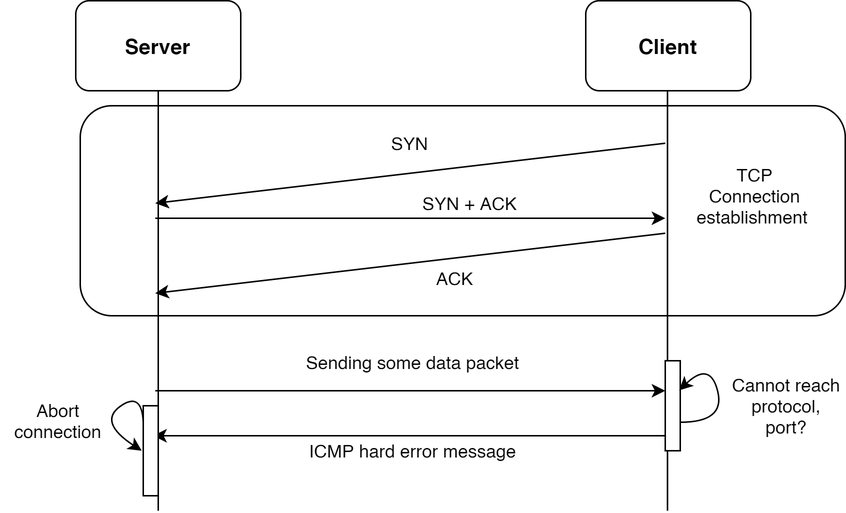
Before: ICMP-attack-Page-2.png, a diagram exported from draw.io (tahmidurrafid/ICMP-attack-against-TCP). Source tidied: cells renumbered, new cells last; positions are measured from the earlier drawing's top-left corner, leaving out a move shared by most shapes.
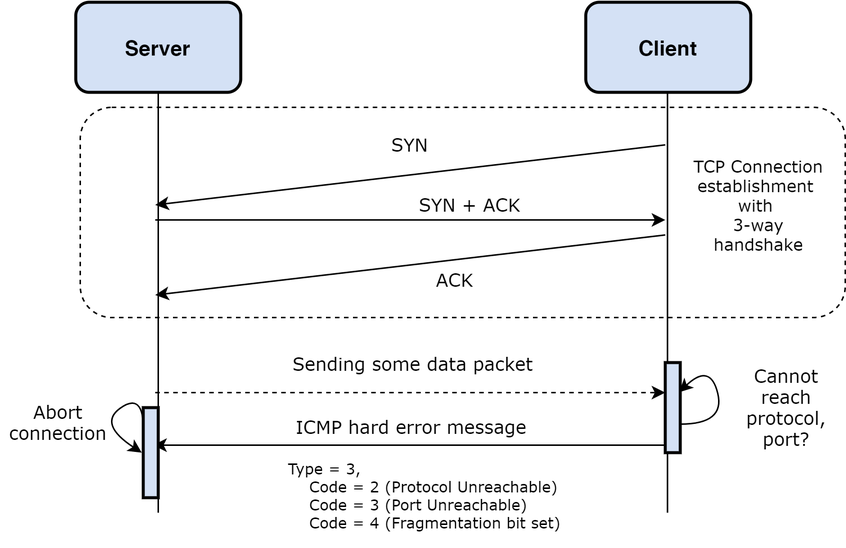
After the commit.

Change to the diagram source:
```diff
@@ -2,16 +2,16 @@
   <root>
     <mxCell id="0" />
     <mxCell id="1" parent="0" />
-    <mxCell id="2" style="rounded=1;whiteSpace=wrap;html=1;sketch=0;" parent="1" vertex="1">
+    <mxCell id="2" style="rounded=1;whiteSpace=wrap;html=1;sketch=0;dashed=1;" parent="1" vertex="1">
       <mxGeometry x="53" y="70" width="510" height="140" as="geometry" />
     </mxCell>
-    <mxCell id="3" style="whiteSpace=wrap;html=1;rounded=1;" parent="1" vertex="1">
+    <mxCell id="3" style="whiteSpace=wrap;html=1;rounded=1;strokeWidth=2;fillColor=#D4E1F5;" parent="1" vertex="1">
       <mxGeometry x="50" width="110" height="60" as="geometry" />
     </mxCell>
     <mxCell id="4" value="Server" style="text;html=1;strokeColor=none;fillColor=none;align=center;verticalAlign=middle;whiteSpace=wrap;fontStyle=1;fontSize=14;rounded=1;" parent="1" vertex="1">
       <mxGeometry x="85" y="20" width="40" height="20" as="geometry" />
     </mxCell>
-    <mxCell id="5" style="whiteSpace=wrap;html=1;rounded=1;" parent="1" vertex="1">
+    <mxCell id="5" style="whiteSpace=wrap;html=1;rounded=1;strokeWidth=2;fillColor=#D4E1F5;" parent="1" vertex="1">
       <mxGeometry x="390" width="110" height="60" as="geometry" />
     </mxCell>
     <mxCell id="6" value="Client" style="text;html=1;strokeColor=none;fillColor=none;align=center;verticalAlign=middle;whiteSpace=wrap;fontStyle=1;fontSize=14;rounded=1;" parent="1" vertex="1">
@@ -46,28 +46,28 @@
         <mxPoint x="103" y="195" as="targetPoint" />
       </mxGeometry>
     </mxCell>
-    <mxCell id="12" value="SYN" style="text;html=1;strokeColor=none;fillColor=none;align=center;verticalAlign=middle;whiteSpace=wrap;rounded=0;sketch=0;" parent="1" vertex="1">
+    <mxCell id="12" value="SYN" style="text;html=1;strokeColor=none;fillColor=none;align=center;verticalAlign=middle;whiteSpace=wrap;rounded=0;sketch=0;fontFamily=Verdana;" parent="1" vertex="1">
       <mxGeometry x="253" y="85" width="40" height="20" as="geometry" />
     </mxCell>
-    <mxCell id="13" value="SYN + ACK" style="text;html=1;strokeColor=none;fillColor=none;align=center;verticalAlign=middle;whiteSpace=wrap;rounded=0;sketch=0;" parent="1" vertex="1">
+    <mxCell id="13" value="SYN + ACK" style="text;html=1;strokeColor=none;fillColor=none;align=center;verticalAlign=middle;whiteSpace=wrap;rounded=0;sketch=0;fontFamily=Verdana;" parent="1" vertex="1">
       <mxGeometry x="273" y="125" width="80" height="20" as="geometry" />
     </mxCell>
-    <mxCell id="14" value="ACK" style="text;html=1;strokeColor=none;fillColor=none;align=center;verticalAlign=middle;whiteSpace=wrap;rounded=0;sketch=0;" parent="1" vertex="1">
+    <mxCell id="14" value="ACK" style="text;html=1;strokeColor=none;fillColor=none;align=center;verticalAlign=middle;whiteSpace=wrap;rounded=0;sketch=0;fontFamily=Verdana;" parent="1" vertex="1">
       <mxGeometry x="283" y="175" width="40" height="20" as="geometry" />
     </mxCell>
-    <mxCell id="15" value="TCP Connection establishment&amp;nbsp;" style="text;html=1;strokeColor=none;fillColor=none;align=center;verticalAlign=middle;whiteSpace=wrap;rounded=0;sketch=0;" parent="1" vertex="1">
-      <mxGeometry x="483" y="120" width="40" height="20" as="geometry" />
+    <mxCell id="15" value="TCP Connection establishment&amp;nbsp;&lt;br style=&quot;font-size: 11px;&quot;&gt;with&amp;nbsp;&lt;br style=&quot;font-size: 11px;&quot;&gt;3-way handshake" style="text;html=1;strokeColor=none;fillColor=none;align=center;verticalAlign=middle;whiteSpace=wrap;rounded=0;sketch=0;fontFamily=Verdana;fontSize=11;" parent="1" vertex="1">
+      <mxGeometry x="457" y="80" width="97" height="110" as="geometry" />
     </mxCell>
-    <mxCell id="16" style="endArrow=classic;html=1;" parent="1" edge="1">
+    <mxCell id="16" style="endArrow=classic;html=1;dashed=1;" parent="1" edge="1">
       <mxGeometry relative="1" as="geometry">
         <mxPoint x="103" y="260" as="sourcePoint" />
         <mxPoint x="443" y="260" as="targetPoint" />
       </mxGeometry>
     </mxCell>
-    <mxCell id="17" value="Sending some data packet" style="text;html=1;strokeColor=none;fillColor=none;align=center;verticalAlign=middle;whiteSpace=wrap;rounded=0;sketch=0;" parent="1" vertex="1">
+    <mxCell id="17" value="Sending some data packet" style="text;html=1;strokeColor=none;fillColor=none;align=center;verticalAlign=middle;whiteSpace=wrap;rounded=0;sketch=0;fontFamily=Verdana;" parent="1" vertex="1">
       <mxGeometry x="185" y="231" width="180" height="20" as="geometry" />
     </mxCell>
-    <mxCell id="18" style="rounded=0;whiteSpace=wrap;html=1;sketch=0;" parent="1" vertex="1">
+    <mxCell id="18" style="rounded=0;whiteSpace=wrap;html=1;sketch=0;strokeWidth=2;fillColor=#D4E1F5;" parent="1" vertex="1">
       <mxGeometry x="443" y="240" width="10" height="60" as="geometry" />
     </mxCell>
     <mxCell id="19" style="curved=1;endArrow=classic;html=1;entryX=0.928;entryY=0.329;entryDx=0;entryDy=0;entryPerimeter=0;" parent="1" edge="1" target="18">
@@ -79,19 +79,19 @@
         </Array>
       </mxGeometry>
     </mxCell>
-    <mxCell id="20" value="Cannot reach protocol, port?" style="text;html=1;strokeColor=none;fillColor=none;align=center;verticalAlign=middle;whiteSpace=wrap;rounded=0;sketch=0;" parent="1" vertex="1">
+    <mxCell id="20" value="Cannot reach protocol, port?" style="text;html=1;strokeColor=none;fillColor=none;align=center;verticalAlign=middle;whiteSpace=wrap;rounded=0;sketch=0;fontFamily=Verdana;" parent="1" vertex="1">
       <mxGeometry x="485" y="260" width="78" height="20" as="geometry" />
     </mxCell>
     <mxCell id="21" style="endArrow=classic;html=1;" parent="1" edge="1">
       <mxGeometry relative="1" as="geometry">
-        <mxPoint x="443" y="290" as="sourcePoint" />
-        <mxPoint x="101.6" y="290" as="targetPoint" />
+        <mxPoint x="443" y="295" as="sourcePoint" />
+        <mxPoint x="101.6" y="295" as="targetPoint" />
       </mxGeometry>
     </mxCell>
-    <mxCell id="22" value="ICMP hard error message" style="text;html=1;strokeColor=none;fillColor=none;align=center;verticalAlign=middle;whiteSpace=wrap;rounded=0;sketch=0;" parent="1" vertex="1">
-      <mxGeometry x="185" y="290" width="180" height="20" as="geometry" />
+    <mxCell id="22" value="ICMP hard error message" style="text;html=1;strokeColor=none;fillColor=none;align=center;verticalAlign=middle;whiteSpace=wrap;rounded=0;sketch=0;fontFamily=Verdana;" parent="1" vertex="1">
+      <mxGeometry x="184" y="273" width="180" height="20" as="geometry" />
     </mxCell>
-    <mxCell id="23" style="rounded=0;whiteSpace=wrap;html=1;sketch=0;" parent="1" vertex="1">
+    <mxCell id="23" style="rounded=0;whiteSpace=wrap;html=1;sketch=0;strokeWidth=2;fillColor=#D4E1F5;" parent="1" vertex="1">
       <mxGeometry x="95" y="270" width="10" height="60" as="geometry" />
     </mxCell>
     <mxCell id="24" style="curved=1;endArrow=classic;html=1;" parent="1" edge="1">
@@ -104,8 +104,11 @@
         </Array>
       </mxGeometry>
     </mxCell>
-    <mxCell id="25" value="Abort connection" style="text;html=1;strokeColor=none;fillColor=none;align=center;verticalAlign=middle;whiteSpace=wrap;rounded=0;sketch=0;" parent="1" vertex="1">
+    <mxCell id="25" value="Abort connection" style="text;html=1;strokeColor=none;fillColor=none;align=center;verticalAlign=middle;whiteSpace=wrap;rounded=0;sketch=0;fontFamily=Verdana;" parent="1" vertex="1">
       <mxGeometry y="270" width="77" height="20" as="geometry" />
     </mxCell>
+    <mxCell id="26" value="Type = 3, &lt;br&gt;    Code = 2 (Protocol Unreachable)&lt;br&gt;    Code = 3 (Port Unreachable)&lt;br&gt;    Code = 4 (Fragmentation bit set)" style="text;strokeColor=none;fillColor=none;align=left;verticalAlign=middle;rounded=0;sketch=0;fontFamily=Verdana;fontSize=10;whiteSpace=wrap;html=1;" parent="1" vertex="1">
+      <mxGeometry x="190" y="293" width="263" height="70" as="geometry" />
+    </mxCell>
   </root>
 </mxGraphModel>
```
